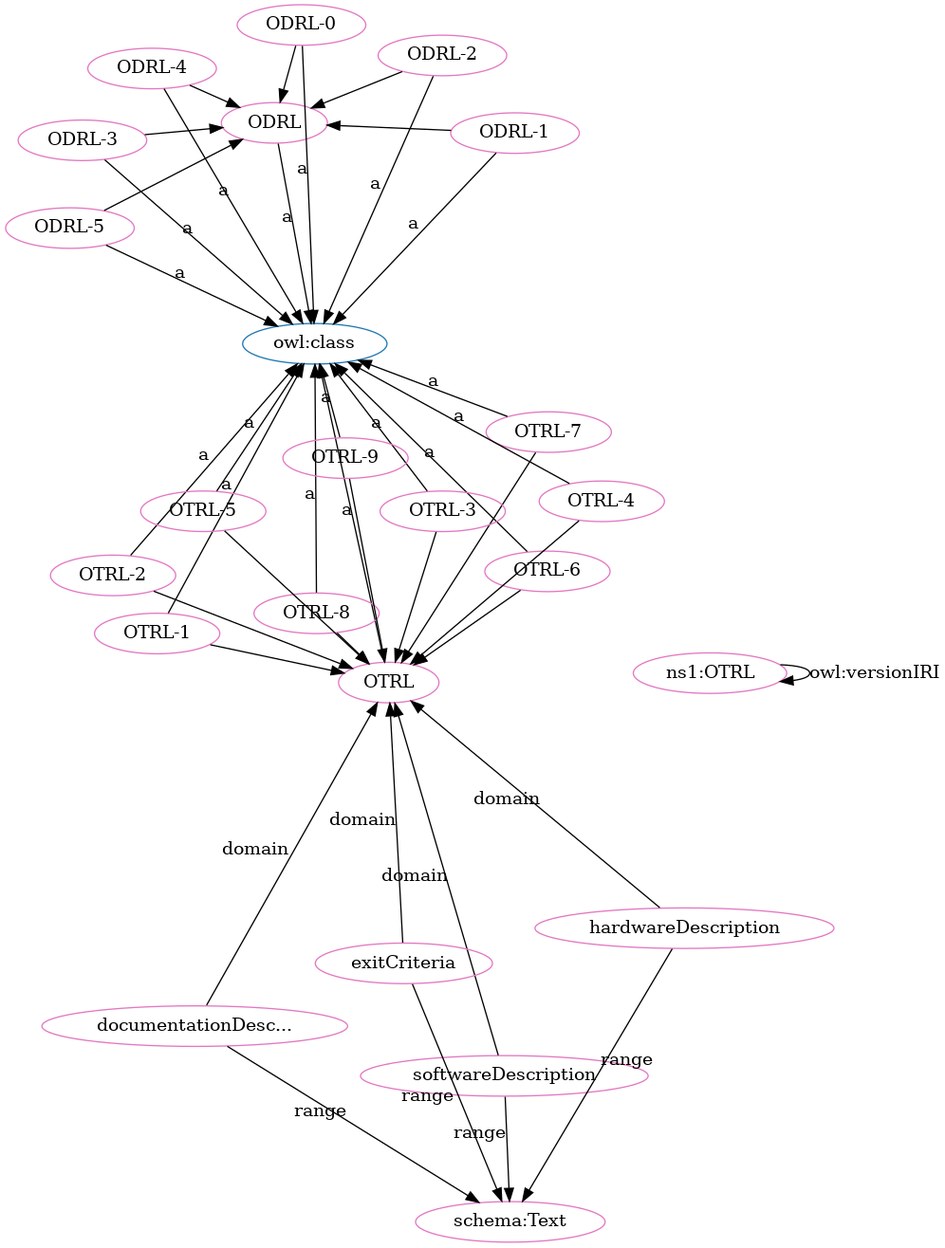
Above: OTRL-clean.png in OPEN-NEXT/OKH-LOSH (Graphviz), before the change. Its source is kept beside it as OTRL-clean.dot.
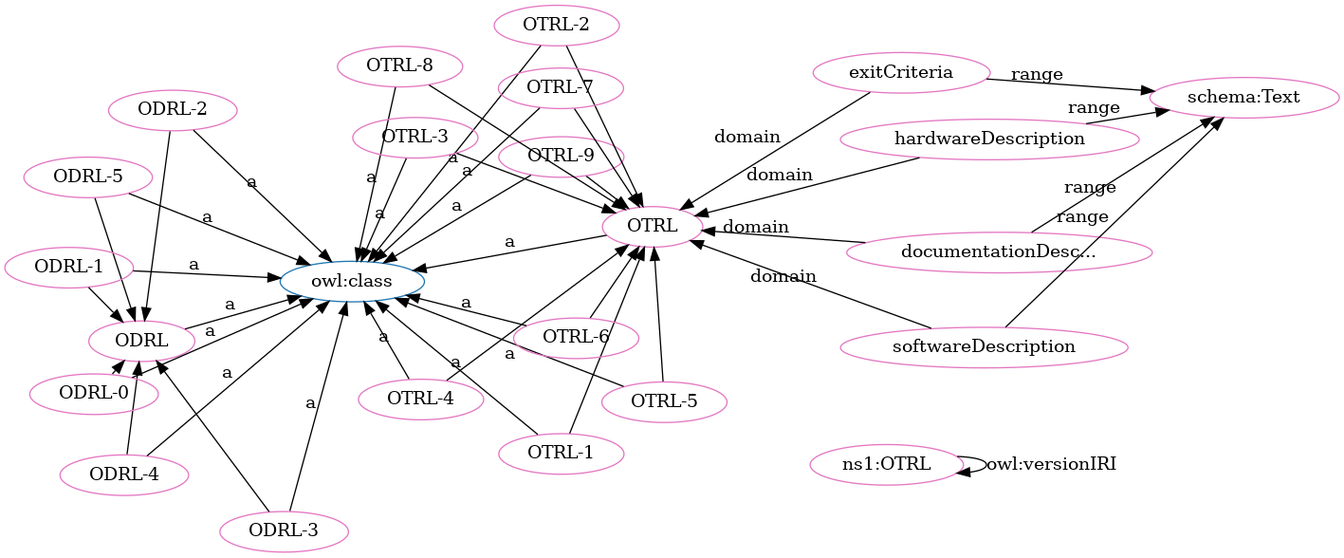
The same diagram one commit later.

Diff of the diagram source:
```diff
@@ -1,71 +1,71 @@
 digraph G {
   rankdir=BT
   node[height=.3]
+"http://purl.org/oseg/ontologies/OTRL#ODRL" [fillcolor="#1f77b4" color="#1f77b4" label="ODRL"]
 "http://www.w3.org/2002/07/owl#class" [fillcolor="#1f77b4" color="#1f77b4" label="owl:class"]
-"http://purl.org/oseg/ontologies/OTRL#ODRL" [fillcolor="#1f77b4" color="#1f77b4" label="ODRL"]
 "http://purl.org/oseg/ontologies/OTRL#OTRL" [fillcolor="#1f77b4" color="#1f77b4" label="OTRL"]
+"http://purl.org/oseg/ontologies/OTRL#OTRL-9" [fillcolor="#e377c2" color="#e377c2" label="OTRL-9"]
+"http://purl.org/oseg/ontologies/OTRL#OTRL-8" [fillcolor="#e377c2" color="#e377c2" label="OTRL-8"]
+"http://purl.org/oseg/ontologies/OTRL#OTRL" [fillcolor="#e377c2" color="#e377c2" label="OTRL"]
+"http://purl.org/oseg/ontologies/OTRL#OTRL-4" [fillcolor="#e377c2" color="#e377c2" label="OTRL-4"]
+"http://schema.org/Text" [fillcolor="#e377c2" color="#e377c2" label="schema:Text"]
+"http://purl.org/oseg/ontologies/OTRL#hardwareDescription" [fillcolor="#e377c2" color="#e377c2" label="hardwareDescription"]
+"http://purl.org/oseg/ontologies/OTRL" [fillcolor="#e377c2" color="#e377c2" label="ns1:OTRL"]
+"http://purl.org/oseg/ontologies/OTRL#ODRL" [fillcolor="#e377c2" color="#e377c2" label="ODRL"]
+"http://purl.org/oseg/ontologies/OTRL#ODRL-5" [fillcolor="#e377c2" color="#e377c2" label="ODRL-5"]
 "http://purl.org/oseg/ontologies/OTRL#ODRL-3" [fillcolor="#e377c2" color="#e377c2" label="ODRL-3"]
-"http://purl.org/oseg/ontologies/OTRL#ODRL" [fillcolor="#e377c2" color="#e377c2" label="ODRL"]
-"http://schema.org/Text" [fillcolor="#e377c2" color="#e377c2" label="schema:Text"]
-"http://purl.org/oseg/ontologies/OTRL#OTRL" [fillcolor="#e377c2" color="#e377c2" label="OTRL"]
+"http://purl.org/oseg/ontologies/OTRL#documentationDescription" [fillcolor="#e377c2" color="#e377c2" label="documentationDesc..."]
 "http://purl.org/oseg/ontologies/OTRL#OTRL-1" [fillcolor="#e377c2" color="#e377c2" label="OTRL-1"]
+"http://purl.org/oseg/ontologies/OTRL#OTRL-2" [fillcolor="#e377c2" color="#e377c2" label="OTRL-2"]
+"http://purl.org/oseg/ontologies/OTRL#exitCriteria" [fillcolor="#e377c2" color="#e377c2" label="exitCriteria"]
+"http://purl.org/oseg/ontologies/OTRL#ODRL-1" [fillcolor="#e377c2" color="#e377c2" label="ODRL-1"]
+"http://purl.org/oseg/ontologies/OTRL#OTRL-5" [fillcolor="#e377c2" color="#e377c2" label="OTRL-5"]
+"http://purl.org/oseg/ontologies/OTRL#ODRL-4" [fillcolor="#e377c2" color="#e377c2" label="ODRL-4"]
 "http://purl.org/oseg/ontologies/OTRL#ODRL-2" [fillcolor="#e377c2" color="#e377c2" label="ODRL-2"]
+"http://purl.org/oseg/ontologies/OTRL#OTRL-3" [fillcolor="#e377c2" color="#e377c2" label="OTRL-3"]
+"http://purl.org/oseg/ontologies/OTRL#OTRL-6" [fillcolor="#e377c2" color="#e377c2" label="OTRL-6"]
 "http://purl.org/oseg/ontologies/OTRL#softwareDescription" [fillcolor="#e377c2" color="#e377c2" label="softwareDescription"]
-"http://purl.org/oseg/ontologies/OTRL#OTRL-2" [fillcolor="#e377c2" color="#e377c2" label="OTRL-2"]
-"http://purl.org/oseg/ontologies/OTRL" [fillcolor="#e377c2" color="#e377c2" label="ns1:OTRL"]
-"http://purl.org/oseg/ontologies/OTRL#ODRL-1" [fillcolor="#e377c2" color="#e377c2" label="ODRL-1"]
-"http://purl.org/oseg/ontologies/OTRL#OTRL-6" [fillcolor="#e377c2" color="#e377c2" label="OTRL-6"]
-"http://purl.org/oseg/ontologies/OTRL#documentationDescription" [fillcolor="#e377c2" color="#e377c2" label="documentationDesc..."]
-"http://purl.org/oseg/ontologies/OTRL#exitCriteria" [fillcolor="#e377c2" color="#e377c2" label="exitCriteria"]
+"http://purl.org/oseg/ontologies/OTRL#ODRL-0" [fillcolor="#e377c2" color="#e377c2" label="ODRL-0"]
 "http://purl.org/oseg/ontologies/OTRL#OTRL-7" [fillcolor="#e377c2" color="#e377c2" label="OTRL-7"]
-"http://purl.org/oseg/ontologies/OTRL#OTRL-3" [fillcolor="#e377c2" color="#e377c2" label="OTRL-3"]
-"http://purl.org/oseg/ontologies/OTRL#ODRL-4" [fillcolor="#e377c2" color="#e377c2" label="ODRL-4"]
-"http://purl.org/oseg/ontologies/OTRL#hardwareDescription" [fillcolor="#e377c2" color="#e377c2" label="hardwareDescription"]
-"http://purl.org/oseg/ontologies/OTRL#ODRL-5" [fillcolor="#e377c2" color="#e377c2" label="ODRL-5"]
-"http://purl.org/oseg/ontologies/OTRL#OTRL-8" [fillcolor="#e377c2" color="#e377c2" label="OTRL-8"]
-"http://purl.org/oseg/ontologies/OTRL#OTRL-5" [fillcolor="#e377c2" color="#e377c2" label="OTRL-5"]
-"http://purl.org/oseg/ontologies/OTRL#OTRL-4" [fillcolor="#e377c2" color="#e377c2" label="OTRL-4"]
-"http://purl.org/oseg/ontologies/OTRL#OTRL-9" [fillcolor="#e377c2" color="#e377c2" label="OTRL-9"]
-"http://purl.org/oseg/ontologies/OTRL#ODRL-0" [fillcolor="#e377c2" color="#e377c2" label="ODRL-0"]
+  "http://purl.org/oseg/ontologies/OTRL#OTRL-9" -> "http://www.w3.org/2002/07/owl#class" [label="a"]
+  "http://purl.org/oseg/ontologies/OTRL#OTRL-3" -> "http://purl.org/oseg/ontologies/OTRL#OTRL" [label=""]
+  "http://purl.org/oseg/ontologies/OTRL#OTRL-4" -> "http://www.w3.org/2002/07/owl#class" [label="a"]
+  "http://purl.org/oseg/ontologies/OTRL#OTRL-7" -> "http://purl.org/oseg/ontologies/OTRL#OTRL" [label=""]
+  "http://purl.org/oseg/ontologies/OTRL#OTRL-4" -> "http://purl.org/oseg/ontologies/OTRL#OTRL" [label=""]
+  "http://purl.org/oseg/ontologies/OTRL#ODRL-5" -> "http://www.w3.org/2002/07/owl#class" [label="a"]
+  "http://purl.org/oseg/ontologies/OTRL#ODRL-5" -> "http://purl.org/oseg/ontologies/OTRL#ODRL" [label=""]
+  "http://purl.org/oseg/ontologies/OTRL#ODRL-3" -> "http://purl.org/oseg/ontologies/OTRL#ODRL" [label=""]
+  "http://purl.org/oseg/ontologies/OTRL#ODRL-0" -> "http://purl.org/oseg/ontologies/OTRL#ODRL" [label=""]
+  "http://purl.org/oseg/ontologies/OTRL#OTRL-5" -> "http://purl.org/oseg/ontologies/OTRL#OTRL" [label=""]
+  "http://purl.org/oseg/ontologies/OTRL#OTRL-1" -> "http://www.w3.org/2002/07/owl#class" [label="a"]
+  "http://purl.org/oseg/ontologies/OTRL#OTRL-8" -> "http://purl.org/oseg/ontologies/OTRL#OTRL" [label=""]
+  "http://purl.org/oseg/ontologies/OTRL#ODRL-1" -> "http://www.w3.org/2002/07/owl#class" [label="a"]
+  "http://purl.org/oseg/ontologies/OTRL#OTRL-1" -> "http://purl.org/oseg/ontologies/OTRL#OTRL" [label=""]
+  "http://purl.org/oseg/ontologies/OTRL#OTRL-5" -> "http://www.w3.org/2002/07/owl#class" [label="a"]
+  "http://purl.org/oseg/ontologies/OTRL#ODRL-2" -> "http://www.w3.org/2002/07/owl#class" [label="a"]
+  "http://purl.org/oseg/ontologies/OTRL#exitCriteria" -> "http://schema.org/Text" [label="range"]
+  "http://purl.org/oseg/ontologies/OTRL#ODRL-0" -> "http://www.w3.org/2002/07/owl#class" [label="a"]
+  "http://purl.org/oseg/ontologies/OTRL#hardwareDescription" -> "http://purl.org/oseg/ontologies/OTRL#OTRL" [label="domain"]
+  "http://purl.org/oseg/ontologies/OTRL#exitCriteria" -> "http://purl.org/oseg/ontologies/OTRL#OTRL" [label="domain"]
+  "http://purl.org/oseg/ontologies/OTRL#OTRL-8" -> "http://www.w3.org/2002/07/owl#class" [label="a"]
+  "http://purl.org/oseg/ontologies/OTRL#softwareDescription" -> "http://schema.org/Text" [label="range"]
+  "http://purl.org/oseg/ontologies/OTRL#softwareDescription" -> "http://purl.org/oseg/ontologies/OTRL#OTRL" [label="domain"]
+  "http://purl.org/oseg/ontologies/OTRL#documentationDescription" -> "http://schema.org/Text" [label="range"]
+  "http://purl.org/oseg/ontologies/OTRL" -> "http://purl.org/oseg/ontologies/OTRL" [label="owl:versionIRI"]
+  "http://purl.org/oseg/ontologies/OTRL#ODRL" -> "http://www.w3.org/2002/07/owl#class" [label="a"]
+  "http://purl.org/oseg/ontologies/OTRL#documentationDescription" -> "http://purl.org/oseg/ontologies/OTRL#OTRL" [label="domain"]
+  "http://purl.org/oseg/ontologies/OTRL#OTRL" -> "http://www.w3.org/2002/07/owl#class" [label="a"]
+  "http://purl.org/oseg/ontologies/OTRL#ODRL-4" -> "http://purl.org/oseg/ontologies/OTRL#ODRL" [label=""]
+  "http://purl.org/oseg/ontologies/OTRL#hardwareDescription" -> "http://schema.org/Text" [label="range"]
   "http://purl.org/oseg/ontologies/OTRL#ODRL-3" -> "http://www.w3.org/2002/07/owl#class" [label="a"]
-  "http://purl.org/oseg/ontologies/OTRL#ODRL-4" -> "http://purl.org/oseg/ontologies/OTRL#ODRL" [label=""]
-  "http://purl.org/oseg/ontologies/OTRL#documentationDescription" -> "http://schema.org/Text" [label="range"]
-  "http://purl.org/oseg/ontologies/OTRL#exitCriteria" -> "http://schema.org/Text" [label="range"]
-  "http://purl.org/oseg/ontologies/OTRL#ODRL-5" -> "http://purl.org/oseg/ontologies/OTRL#ODRL" [label=""]
+  "http://purl.org/oseg/ontologies/OTRL#OTRL-6" -> "http://purl.org/oseg/ontologies/OTRL#OTRL" [label=""]
+  "http://purl.org/oseg/ontologies/OTRL#OTRL-9" -> "http://purl.org/oseg/ontologies/OTRL#OTRL" [label=""]
   "http://purl.org/oseg/ontologies/OTRL#OTRL-2" -> "http://www.w3.org/2002/07/owl#class" [label="a"]
-  "http://purl.org/oseg/ontologies/OTRL#OTRL-9" -> "http://purl.org/oseg/ontologies/OTRL#OTRL" [label=""]
-  "http://purl.org/oseg/ontologies/OTRL" -> "http://purl.org/oseg/ontologies/OTRL" [label="owl:versionIRI"]
-  "http://purl.org/oseg/ontologies/OTRL#ODRL-1" -> "http://www.w3.org/2002/07/owl#class" [label="a"]
-  "http://purl.org/oseg/ontologies/OTRL#hardwareDescription" -> "http://schema.org/Text" [label="range"]
-  "http://purl.org/oseg/ontologies/OTRL#OTRL-7" -> "http://purl.org/oseg/ontologies/OTRL#OTRL" [label=""]
+  "http://purl.org/oseg/ontologies/OTRL#ODRL-1" -> "http://purl.org/oseg/ontologies/OTRL#ODRL" [label=""]
+  "http://purl.org/oseg/ontologies/OTRL#ODRL-2" -> "http://purl.org/oseg/ontologies/OTRL#ODRL" [label=""]
+  "http://purl.org/oseg/ontologies/OTRL#ODRL-4" -> "http://www.w3.org/2002/07/owl#class" [label="a"]
+  "http://purl.org/oseg/ontologies/OTRL#OTRL-3" -> "http://www.w3.org/2002/07/owl#class" [label="a"]
+  "http://purl.org/oseg/ontologies/OTRL#OTRL-2" -> "http://purl.org/oseg/ontologies/OTRL#OTRL" [label=""]
   "http://purl.org/oseg/ontologies/OTRL#OTRL-6" -> "http://www.w3.org/2002/07/owl#class" [label="a"]
-  "http://purl.org/oseg/ontologies/OTRL#OTRL-1" -> "http://purl.org/oseg/ontologies/OTRL#OTRL" [label=""]
-  "http://purl.org/oseg/ontologies/OTRL#hardwareDescription" -> "http://purl.org/oseg/ontologies/OTRL#OTRL" [label="domain"]
-  "http://purl.org/oseg/ontologies/OTRL#ODRL-2" -> "http://purl.org/oseg/ontologies/OTRL#ODRL" [label=""]
-  "http://purl.org/oseg/ontologies/OTRL#ODRL-1" -> "http://purl.org/oseg/ontologies/OTRL#ODRL" [label=""]
-  "http://purl.org/oseg/ontologies/OTRL#softwareDescription" -> "http://purl.org/oseg/ontologies/OTRL#OTRL" [label="domain"]
-  "http://purl.org/oseg/ontologies/OTRL#ODRL-3" -> "http://purl.org/oseg/ontologies/OTRL#ODRL" [label=""]
-  "http://purl.org/oseg/ontologies/OTRL#OTRL-8" -> "http://www.w3.org/2002/07/owl#class" [label="a"]
-  "http://purl.org/oseg/ontologies/OTRL#documentationDescription" -> "http://purl.org/oseg/ontologies/OTRL#OTRL" [label="domain"]
-  "http://purl.org/oseg/ontologies/OTRL#ODRL" -> "http://www.w3.org/2002/07/owl#class" [label="a"]
-  "http://purl.org/oseg/ontologies/OTRL#OTRL-5" -> "http://www.w3.org/2002/07/owl#class" [label="a"]
-  "http://purl.org/oseg/ontologies/OTRL#OTRL-4" -> "http://www.w3.org/2002/07/owl#class" [label="a"]
-  "http://purl.org/oseg/ontologies/OTRL#ODRL-0" -> "http://www.w3.org/2002/07/owl#class" [label="a"]
-  "http://purl.org/oseg/ontologies/OTRL#OTRL-3" -> "http://purl.org/oseg/ontologies/OTRL#OTRL" [label=""]
-  "http://purl.org/oseg/ontologies/OTRL#OTRL-1" -> "http://www.w3.org/2002/07/owl#class" [label="a"]
-  "http://purl.org/oseg/ontologies/OTRL#ODRL-2" -> "http://www.w3.org/2002/07/owl#class" [label="a"]
-  "http://purl.org/oseg/ontologies/OTRL#ODRL-0" -> "http://purl.org/oseg/ontologies/OTRL#ODRL" [label=""]
-  "http://purl.org/oseg/ontologies/OTRL#OTRL-6" -> "http://purl.org/oseg/ontologies/OTRL#OTRL" [label=""]
-  "http://purl.org/oseg/ontologies/OTRL#OTRL" -> "http://www.w3.org/2002/07/owl#class" [label="a"]
   "http://purl.org/oseg/ontologies/OTRL#OTRL-7" -> "http://www.w3.org/2002/07/owl#class" [label="a"]
-  "http://purl.org/oseg/ontologies/OTRL#OTRL-8" -> "http://purl.org/oseg/ontologies/OTRL#OTRL" [label=""]
-  "http://purl.org/oseg/ontologies/OTRL#OTRL-2" -> "http://purl.org/oseg/ontologies/OTRL#OTRL" [label=""]
-  "http://purl.org/oseg/ontologies/OTRL#OTRL-3" -> "http://www.w3.org/2002/07/owl#class" [label="a"]
-  "http://purl.org/oseg/ontologies/OTRL#OTRL-5" -> "http://purl.org/oseg/ontologies/OTRL#OTRL" [label=""]
-  "http://purl.org/oseg/ontologies/OTRL#OTRL-4" -> "http://purl.org/oseg/ontologies/OTRL#OTRL" [label=""]
-  "http://purl.org/oseg/ontologies/OTRL#ODRL-4" -> "http://www.w3.org/2002/07/owl#class" [label="a"]
-  "http://purl.org/oseg/ontologies/OTRL#ODRL-5" -> "http://www.w3.org/2002/07/owl#class" [label="a"]
-  "http://purl.org/oseg/ontologies/OTRL#exitCriteria" -> "http://purl.org/oseg/ontologies/OTRL#OTRL" [label="domain"]
-  "http://purl.org/oseg/ontologies/OTRL#softwareDescription" -> "http://schema.org/Text" [label="range"]
-  "http://purl.org/oseg/ontologies/OTRL#OTRL-9" -> "http://www.w3.org/2002/07/owl#class" [label="a"]
 }
```
